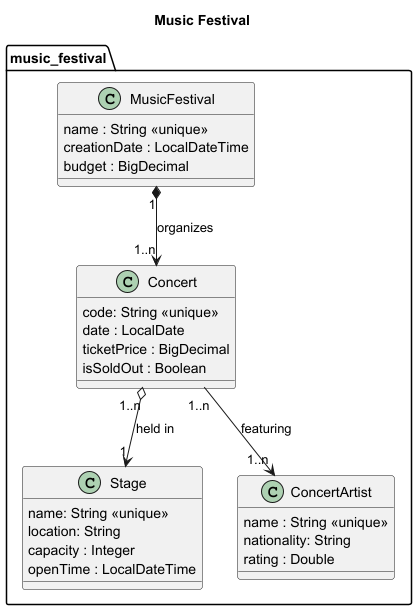
Above: docs/music-festival.models.png in miw-upm/apaw-practice (PlantUML), before the change.
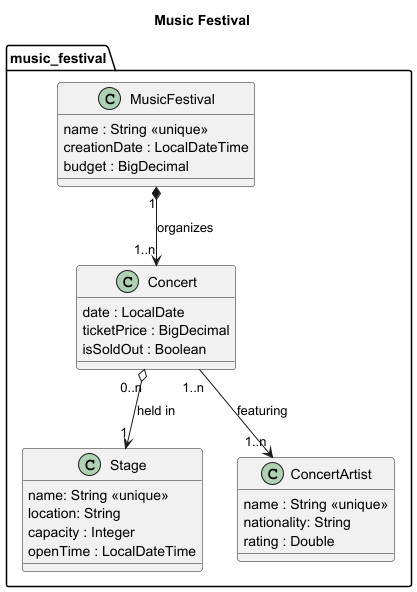
Above is the later version.

Diff of the diagram source:
```diff
@@ -9,7 +9,6 @@
     }
 
     class Concert {
-        code: String <<unique>>
         date : LocalDate
         ticketPrice : BigDecimal
         isSoldOut : Boolean
@@ -31,7 +30,7 @@
 
 MusicFestival "1" *--> "1..n" Concert : "organizes"
 
-Concert "1..n" o--> "1" Stage : "held in"
+Concert "0..n" o--> "1" Stage : "held in"
 
 Concert "1..n" --> "1..n" ConcertArtist : "featuring"
 
```
